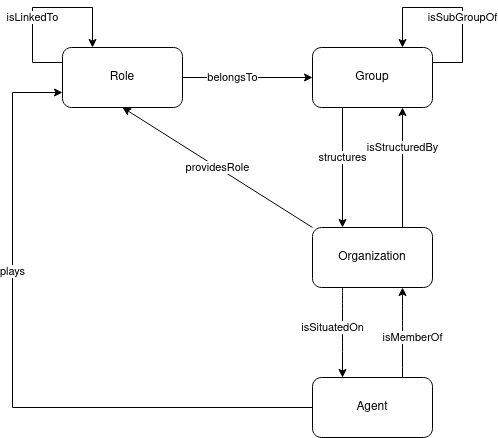
Before: domains/logistics/structure-organization/structure-organization.png, a diagram exported from draw.io (HyperAgents/hmas). Source tidied: cells renumbered, new cells last; positions are measured from the earlier drawing's top-left corner, leaving out a move shared by most shapes.
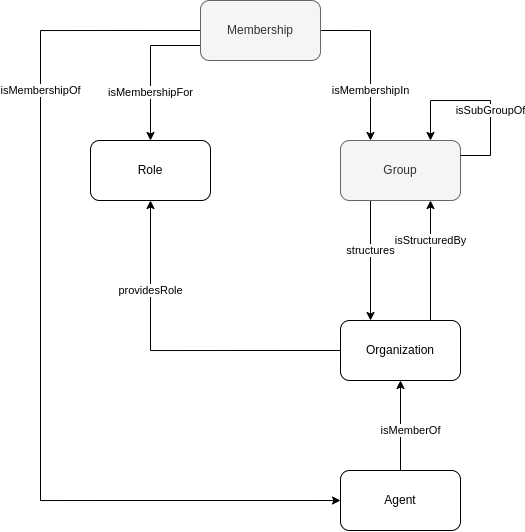
The same file after the commit.

Change to the diagram source:
```diff
@@ -2,13 +2,10 @@
   <root>
     <mxCell id="0" />
     <mxCell id="1" parent="0" />
-    <mxCell id="2" value="providesRole" style="rounded=0;jettySize=auto;html=1;exitX=0;exitY=0;exitDx=0;exitDy=0;entryX=0.5;entryY=1;entryDx=0;entryDy=0;" parent="1" edge="1" source="6" target="7">
-      <mxGeometry relative="1" as="geometry" />
+    <mxCell id="2" value="providesRole" style="rounded=0;jettySize=auto;html=1;exitX=0;exitY=0.5;exitDx=0;exitDy=0;entryX=0.5;entryY=1;entryDx=0;entryDy=0;edgeStyle=orthogonalEdgeStyle;" parent="1" edge="1" source="6" target="7">
+      <mxGeometry x="0.47" relative="1" as="geometry" />
     </mxCell>
-    <mxCell id="3" value="isSituatedOn" style="edgeStyle=orthogonalEdgeStyle;rounded=0;jettySize=auto;html=1;exitX=0.25;exitY=1;exitDx=0;exitDy=0;entryX=0.25;entryY=0;entryDx=0;entryDy=0;curved=1;" parent="1" edge="1" source="6" target="9">
-      <mxGeometry x="-0.11" y="-10" relative="1" as="geometry" />
-    </mxCell>
-    <mxCell id="4" value="isMemberOf" style="edgeStyle=orthogonalEdgeStyle;rounded=0;jettySize=auto;html=1;exitX=0.75;exitY=1;exitDx=0;exitDy=0;entryX=0.75;entryY=0;entryDx=0;entryDy=0;curved=1;startArrow=classic;startFill=1;endArrow=none;endFill=0;" parent="1" edge="1" source="6" target="9">
+    <mxCell id="4" value="isMemberOf" style="rounded=0;jettySize=auto;html=1;exitX=0.5;exitY=1;exitDx=0;exitDy=0;entryX=0.5;entryY=0;entryDx=0;entryDy=0;startArrow=classic;startFill=1;endArrow=none;endFill=0;" parent="1" edge="1" source="6" target="9">
       <mxGeometry x="0.11" y="10" relative="1" as="geometry" />
     </mxCell>
     <mxCell id="5" value="isStructuredBy" style="edgeStyle=orthogonalEdgeStyle;rounded=0;jettySize=auto;html=1;exitX=0.75;exitY=0;exitDx=0;exitDy=0;entryX=0.75;entryY=1;entryDx=0;entryDy=0;" parent="1" edge="1" source="6" target="12">
@@ -20,24 +17,21 @@
     <mxCell id="7" value="Role" style="rounded=1;whiteSpace=wrap;html=1;" parent="1" vertex="1">
       <mxGeometry x="50" y="40" width="120" height="60" as="geometry" />
     </mxCell>
-    <mxCell id="8" value="plays" style="edgeStyle=orthogonalEdgeStyle;rounded=0;jettySize=auto;html=1;exitX=0;exitY=0.5;exitDx=0;exitDy=0;entryX=0;entryY=0.75;entryDx=0;entryDy=0;" parent="1" edge="1" source="9" target="7">
-      <mxGeometry x="0.31" relative="1" as="geometry">
-        <Array as="points">
-          <mxPoint y="400" />
-          <mxPoint y="85" />
-        </Array>
-      </mxGeometry>
-    </mxCell>
+    <mxCell id="15" value="isMembershipOf" style="edgeStyle=orthogonalEdgeStyle;rounded=0;jettySize=auto;html=1;exitX=0;exitY=0.5;exitDx=0;exitDy=0;entryX=0;entryY=0.5;entryDx=0;entryDy=0;startArrow=classic;startFill=1;endArrow=none;endFill=0;" parent="1" edge="1" source="9" target="18">
+      <mxGeometry x="0.53" relative="1" as="geometry">
+        <Array as="points">
+          <mxPoint y="400" />
+          <mxPoint y="-70" />
+        </Array>
+      </mxGeometry>
+    </mxCell>
     <mxCell id="9" value="Agent" style="rounded=1;whiteSpace=wrap;html=1;" parent="1" vertex="1">
       <mxGeometry x="300" y="370" width="120" height="60" as="geometry" />
     </mxCell>
-    <mxCell id="10" value="&lt;div&gt;belongsTo&lt;/div&gt;" style="edgeStyle=orthogonalEdgeStyle;rounded=0;jettySize=auto;html=1;exitX=1;exitY=0.5;exitDx=0;exitDy=0;entryX=0;entryY=0.5;entryDx=0;entryDy=0;" parent="1" edge="1" source="7" target="12">
-      <mxGeometry x="-0.23" relative="1" as="geometry" />
-    </mxCell>
     <mxCell id="11" value="structures" style="rounded=0;jettySize=auto;html=1;exitX=0.25;exitY=1;exitDx=0;exitDy=0;entryX=0.25;entryY=0;entryDx=0;entryDy=0;" parent="1" edge="1" source="12" target="6">
       <mxGeometry x="-0.17" relative="1" as="geometry" />
     </mxCell>
-    <mxCell id="12" value="Group" style="rounded=1;whiteSpace=wrap;html=1;" parent="1" vertex="1">
+    <mxCell id="12" value="Group" style="rounded=1;whiteSpace=wrap;html=1;fillColor=#f5f5f5;fontColor=#333333;strokeColor=#666666;" parent="1" vertex="1">
       <mxGeometry x="300" y="40" width="120" height="60" as="geometry" />
     </mxCell>
     <mxCell id="13" value="isSubGroupOf" style="edgeStyle=orthogonalEdgeStyle;rounded=0;orthogonalLoop=1;jettySize=auto;html=1;exitX=1;exitY=0.25;exitDx=0;exitDy=0;entryX=0.75;entryY=0;entryDx=0;entryDy=0;startArrow=none;startFill=0;" parent="1" edge="1" source="12" target="12">
@@ -49,14 +43,14 @@
         </Array>
       </mxGeometry>
     </mxCell>
-    <mxCell id="14" value="isLinkedTo" style="edgeStyle=orthogonalEdgeStyle;rounded=0;orthogonalLoop=1;jettySize=auto;html=1;exitX=0;exitY=0.25;exitDx=0;exitDy=0;entryX=0.25;entryY=0;entryDx=0;entryDy=0;elbow=vertical;startArrow=none;startFill=0;" parent="1" edge="1" source="7" target="7">
-      <mxGeometry x="-0.19" relative="1" as="geometry">
-        <Array as="points">
-          <mxPoint x="20" y="55" />
-          <mxPoint x="20" />
-          <mxPoint x="80" />
-        </Array>
-      </mxGeometry>
-    </mxCell>
+    <mxCell id="16" value="isMembershipFor" style="edgeStyle=orthogonalEdgeStyle;rounded=0;jettySize=auto;html=1;exitX=0;exitY=0.75;exitDx=0;exitDy=0;entryX=0.5;entryY=0;entryDx=0;entryDy=0;startArrow=none;startFill=0;endArrow=classic;endFill=1;" parent="1" edge="1" source="18" target="7">
+      <mxGeometry x="0.33" relative="1" as="geometry" />
+    </mxCell>
+    <mxCell id="17" value="isMembershipIn" style="edgeStyle=orthogonalEdgeStyle;rounded=0;jettySize=auto;html=1;exitX=1;exitY=0.5;exitDx=0;exitDy=0;entryX=0.25;entryY=0;entryDx=0;entryDy=0;startArrow=none;startFill=0;endArrow=classic;endFill=1;" parent="1" edge="1" source="18" target="12">
+      <mxGeometry x="0.38" relative="1" as="geometry" />
+    </mxCell>
+    <mxCell id="18" value="Membership" style="rounded=1;whiteSpace=wrap;html=1;fillColor=#f5f5f5;fontColor=#333333;strokeColor=#666666;" parent="1" vertex="1">
+      <mxGeometry x="160" y="-100" width="120" height="60" as="geometry" />
+    </mxCell>
   </root>
 </mxGraphModel>
```
